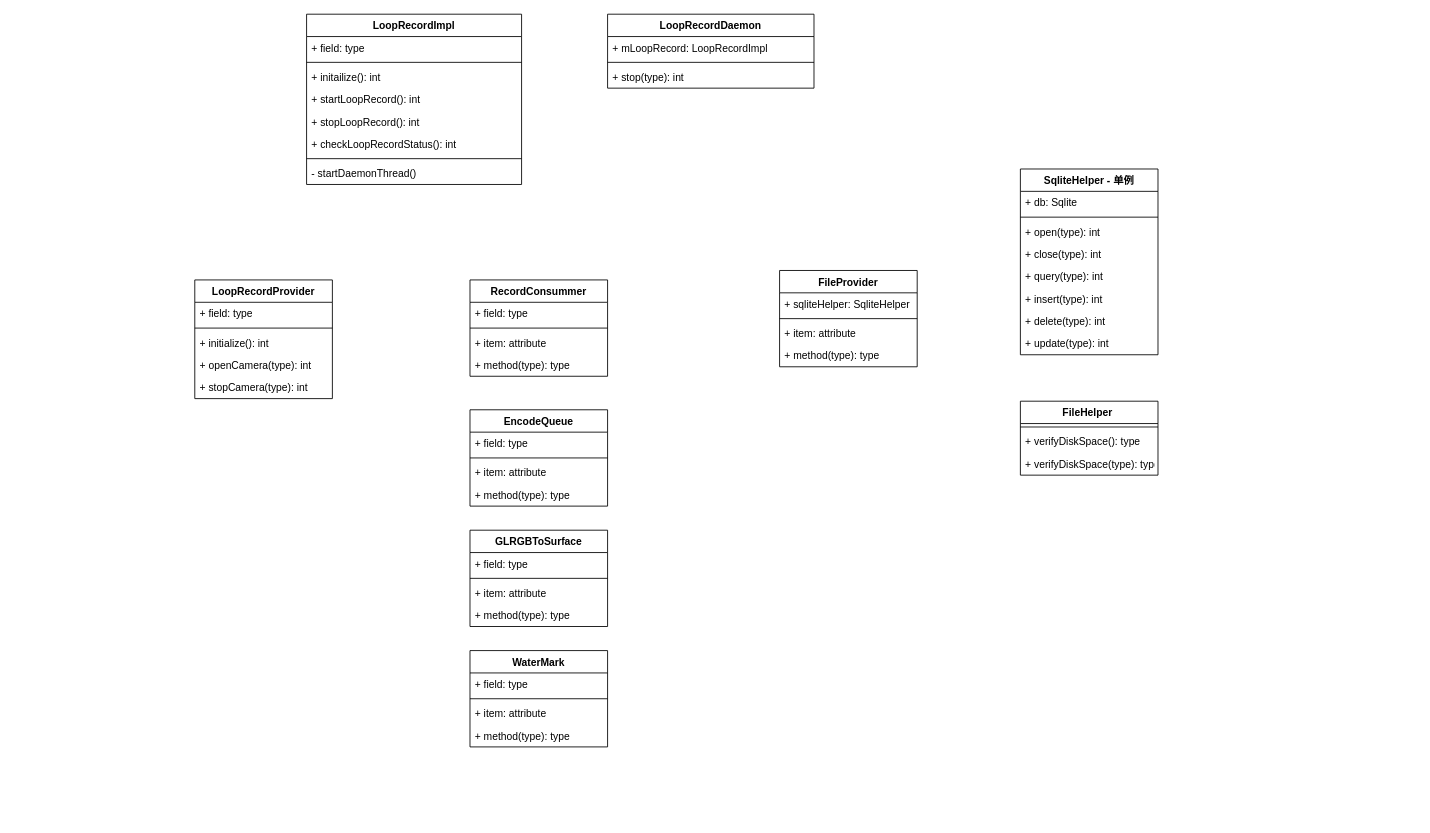
This is page "类图" (3 of 6) of cameraservice.drawio from milk1990/AndFix, a draw.io file, before an edit. Source tidied: cells renumbered, new cells numbered last; positions are measured from the earlier drawing's top-left corner, leaving out a move shared by most shapes. Both pictures are drawn from the tidied source at 86%, with x=0, y=0 at pixel (194, 14).
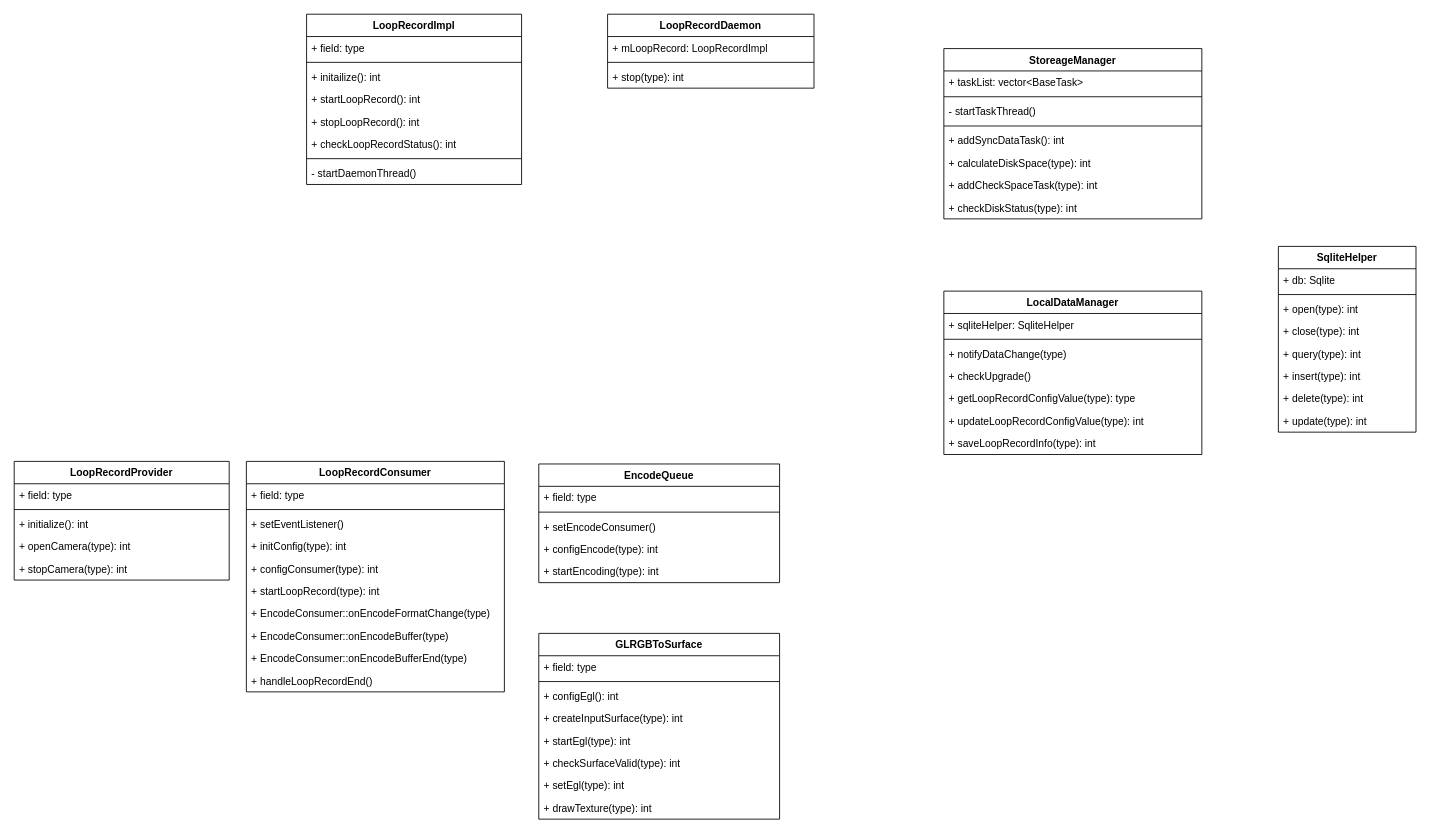
The same page after the edit.

Change to the diagram source:
```diff
@@
-    <mxCell id="2" value="SqliteHelper - 单例" style="swimlane;fontStyle=1;align=center;verticalAlign=top;horizontal=1;startSize=26;" parent="1" vertex="1">
-      <mxGeometry x="960" y="180" width="160" height="216" as="geometry" />
+    <mxCell id="2" value="SqliteHelper" style="swimlane;fontStyle=1;align=center;verticalAlign=top;horizontal=1;startSize=26;" parent="1" vertex="1">
+      <mxGeometry x="1260" y="270" width="160" height="216" as="geometry" />
     </mxCell>
@@
-    <mxCell id="11" value="FileHelper " style="swimlane;fontStyle=1;align=center;verticalAlign=top;horizontal=1;startSize=26;" parent="1" vertex="1">
-      <mxGeometry x="960" y="450" width="160" height="86" as="geometry" />
-    </mxCell>
-    <mxCell id="12" style="line;strokeWidth=1;fillColor=none;align=left;verticalAlign=middle;spacingTop=-1;spacingLeft=3;spacingRight=3;labelPosition=right;" parent="11" vertex="1">
-      <mxGeometry y="26" width="160" height="8" as="geometry" />
-    </mxCell>
-    <mxCell id="13" value="+ verifyDiskSpace(): type" style="text;strokeColor=none;fillColor=none;align=left;verticalAlign=top;spacingLeft=4;spacingRight=4;overflow=hidden;" parent="11" vertex="1">
-      <mxGeometry y="34" width="160" height="26" as="geometry" />
-    </mxCell>
-    <mxCell id="14" value="+ verifyDiskSpace(type): type" style="text;strokeColor=none;fillColor=none;align=left;verticalAlign=top;spacingLeft=4;spacingRight=4;overflow=hidden;" parent="11" vertex="1">
-      <mxGeometry y="60" width="160" height="26" as="geometry" />
-    </mxCell>
-    <mxCell id="15" value="FileProvider" style="swimlane;fontStyle=1;align=center;verticalAlign=top;horizontal=1;startSize=26;" parent="1" vertex="1">
-      <mxGeometry x="680" y="298" width="160" height="112" as="geometry" />
+    <mxCell id="15" value="StoreageManager" style="swimlane;fontStyle=1;align=center;verticalAlign=top;horizontal=1;startSize=26;" parent="1" vertex="1">
+      <mxGeometry x="871" y="40" width="300" height="198" as="geometry" />
     </mxCell>
-    <mxCell id="16" value="+ sqliteHelper: SqliteHelper" style="text;strokeColor=none;fillColor=none;align=left;verticalAlign=top;spacingLeft=4;spacingRight=4;overflow=hidden;" parent="15" vertex="1">
-      <mxGeometry y="26" width="160" height="26" as="geometry" />
+    <mxCell id="16" value="+ taskList: vector&lt;BaseTask&gt;" style="text;strokeColor=none;fillColor=none;align=left;verticalAlign=top;spacingLeft=4;spacingRight=4;overflow=hidden;" parent="15" vertex="1">
+      <mxGeometry y="26" width="300" height="26" as="geometry" />
     </mxCell>
     <mxCell id="17" style="line;strokeWidth=1;fillColor=none;align=left;verticalAlign=middle;spacingTop=-1;spacingLeft=3;spacingRight=3;labelPosition=right;" parent="15" vertex="1">
-      <mxGeometry y="52" width="160" height="8" as="geometry" />
+      <mxGeometry y="52" width="300" height="8" as="geometry" />
     </mxCell>
+    <mxCell id="59" value="- startTaskThread()" style="text;strokeColor=none;fillColor=none;align=left;verticalAlign=top;spacingLeft=4;spacingRight=4;overflow=hidden;shadow=0;fontColor=#000000;" parent="15" vertex="1">
+      <mxGeometry y="60" width="300" height="26" as="geometry" />
+    </mxCell>
+    <mxCell id="60" style="line;strokeWidth=1;fillColor=none;align=left;verticalAlign=middle;spacingTop=-1;spacingLeft=3;spacingRight=3;labelPosition=right;shadow=0;fontColor=#000000;" parent="15" vertex="1">
+      <mxGeometry y="86" width="300" height="8" as="geometry" />
+    </mxCell>
-    <mxCell id="18" value="+ item: attribute" style="text;strokeColor=none;fillColor=none;align=left;verticalAlign=top;spacingLeft=4;spacingRight=4;overflow=hidden;" parent="15" vertex="1">
-      <mxGeometry y="60" width="160" height="26" as="geometry" />
+    <mxCell id="18" value="+ addSyncDataTask(): int" style="text;strokeColor=none;fillColor=none;align=left;verticalAlign=top;spacingLeft=4;spacingRight=4;overflow=hidden;" parent="15" vertex="1">
+      <mxGeometry y="94" width="300" height="26" as="geometry" />
     </mxCell>
-    <mxCell id="19" value="+ method(type): type" style="text;strokeColor=none;fillColor=none;align=left;verticalAlign=top;spacingLeft=4;spacingRight=4;overflow=hidden;" parent="15" vertex="1">
-      <mxGeometry y="86" width="160" height="26" as="geometry" />
+    <mxCell id="19" value="+ calculateDiskSpace(type): int" style="text;strokeColor=none;fillColor=none;align=left;verticalAlign=top;spacingLeft=4;spacingRight=4;overflow=hidden;" parent="15" vertex="1">
+      <mxGeometry y="120" width="300" height="26" as="geometry" />
     </mxCell>
-    <mxCell id="20" value="WaterMark" style="swimlane;fontStyle=1;align=center;verticalAlign=top;horizontal=1;startSize=26;" parent="1" vertex="1">
-      <mxGeometry x="320" y="740" width="160" height="112" as="geometry" />
-    </mxCell>
-    <mxCell id="21" value="+ field: type" style="text;strokeColor=none;fillColor=none;align=left;verticalAlign=top;spacingLeft=4;spacingRight=4;overflow=hidden;" parent="20" vertex="1">
-      <mxGeometry y="26" width="160" height="26" as="geometry" />
-    </mxCell>
-    <mxCell id="22" style="line;strokeWidth=1;fillColor=none;align=left;verticalAlign=middle;spacingTop=-1;spacingLeft=3;spacingRight=3;labelPosition=right;" parent="20" vertex="1">
-      <mxGeometry y="52" width="160" height="8" as="geometry" />
-    </mxCell>
-    <mxCell id="23" value="+ item: attribute" style="text;strokeColor=none;fillColor=none;align=left;verticalAlign=top;spacingLeft=4;spacingRight=4;overflow=hidden;" parent="20" vertex="1">
-      <mxGeometry y="60" width="160" height="26" as="geometry" />
-    </mxCell>
-    <mxCell id="24" value="+ method(type): type" style="text;strokeColor=none;fillColor=none;align=left;verticalAlign=top;spacingLeft=4;spacingRight=4;overflow=hidden;" parent="20" vertex="1">
-      <mxGeometry y="86" width="160" height="26" as="geometry" />
-    </mxCell>
+    <mxCell id="61" value="+ addCheckSpaceTask(type): int" style="text;strokeColor=none;fillColor=none;align=left;verticalAlign=top;spacingLeft=4;spacingRight=4;overflow=hidden;" parent="15" vertex="1">
+      <mxGeometry y="146" width="300" height="26" as="geometry" />
+    </mxCell>
+    <mxCell id="62" value="+ checkDiskStatus(type): int" style="text;strokeColor=none;fillColor=none;align=left;verticalAlign=top;spacingLeft=4;spacingRight=4;overflow=hidden;" parent="15" vertex="1">
+      <mxGeometry y="172" width="300" height="26" as="geometry" />
+    </mxCell>
-    <mxCell id="25" value="RecordConsummer" style="swimlane;fontStyle=1;align=center;verticalAlign=top;horizontal=1;startSize=26;" parent="1" vertex="1">
-      <mxGeometry x="320" y="309" width="160" height="112" as="geometry" />
+    <mxCell id="25" value="LoopRecordConsumer" style="swimlane;fontStyle=1;align=center;verticalAlign=top;horizontal=1;startSize=26;" parent="1" vertex="1">
+      <mxGeometry x="60" y="520" width="300" height="268" as="geometry" />
     </mxCell>
     <mxCell id="26" value="+ field: type" style="text;strokeColor=none;fillColor=none;align=left;verticalAlign=top;spacingLeft=4;spacingRight=4;overflow=hidden;" parent="25" vertex="1">
-      <mxGeometry y="26" width="160" height="26" as="geometry" />
+      <mxGeometry y="26" width="300" height="26" as="geometry" />
     </mxCell>
     <mxCell id="27" style="line;strokeWidth=1;fillColor=none;align=left;verticalAlign=middle;spacingTop=-1;spacingLeft=3;spacingRight=3;labelPosition=right;" parent="25" vertex="1">
-      <mxGeometry y="52" width="160" height="8" as="geometry" />
+      <mxGeometry y="52" width="300" height="8" as="geometry" />
     </mxCell>
-    <mxCell id="28" value="+ item: attribute" style="text;strokeColor=none;fillColor=none;align=left;verticalAlign=top;spacingLeft=4;spacingRight=4;overflow=hidden;" parent="25" vertex="1">
-      <mxGeometry y="60" width="160" height="26" as="geometry" />
+    <mxCell id="28" value="+ setEventListener()" style="text;strokeColor=none;fillColor=none;align=left;verticalAlign=top;spacingLeft=4;spacingRight=4;overflow=hidden;" parent="25" vertex="1">
+      <mxGeometry y="60" width="300" height="26" as="geometry" />
     </mxCell>
-    <mxCell id="29" value="+ method(type): type" style="text;strokeColor=none;fillColor=none;align=left;verticalAlign=top;spacingLeft=4;spacingRight=4;overflow=hidden;" parent="25" vertex="1">
-      <mxGeometry y="86" width="160" height="26" as="geometry" />
+    <mxCell id="29" value="+ initConfig(type): int" style="text;strokeColor=none;fillColor=none;align=left;verticalAlign=top;spacingLeft=4;spacingRight=4;overflow=hidden;" parent="25" vertex="1">
+      <mxGeometry y="86" width="300" height="26" as="geometry" />
     </mxCell>
+    <mxCell id="63" value="+ configConsumer(type): int" style="text;strokeColor=none;fillColor=none;align=left;verticalAlign=top;spacingLeft=4;spacingRight=4;overflow=hidden;" parent="25" vertex="1">
+      <mxGeometry y="112" width="300" height="26" as="geometry" />
+    </mxCell>
+    <mxCell id="64" value="+ startLoopRecord(type): int" style="text;strokeColor=none;fillColor=none;align=left;verticalAlign=top;spacingLeft=4;spacingRight=4;overflow=hidden;" parent="25" vertex="1">
+      <mxGeometry y="138" width="300" height="26" as="geometry" />
+    </mxCell>
+    <mxCell id="65" value="+ EncodeConsumer::onEncodeFormatChange(type)" style="text;strokeColor=none;fillColor=none;align=left;verticalAlign=top;spacingLeft=4;spacingRight=4;overflow=hidden;" parent="25" vertex="1">
+      <mxGeometry y="164" width="300" height="26" as="geometry" />
+    </mxCell>
+    <mxCell id="66" value="+ EncodeConsumer::onEncodeBuffer(type)" style="text;strokeColor=none;fillColor=none;align=left;verticalAlign=top;spacingLeft=4;spacingRight=4;overflow=hidden;" parent="25" vertex="1">
+      <mxGeometry y="190" width="300" height="26" as="geometry" />
+    </mxCell>
+    <mxCell id="67" value="+ EncodeConsumer::onEncodeBufferEnd(type)" style="text;strokeColor=none;fillColor=none;align=left;verticalAlign=top;spacingLeft=4;spacingRight=4;overflow=hidden;" parent="25" vertex="1">
+      <mxGeometry y="216" width="300" height="26" as="geometry" />
+    </mxCell>
+    <mxCell id="68" value="+ handleLoopRecordEnd()" style="text;strokeColor=none;fillColor=none;align=left;verticalAlign=top;spacingLeft=4;spacingRight=4;overflow=hidden;" parent="25" vertex="1">
+      <mxGeometry y="242" width="300" height="26" as="geometry" />
+    </mxCell>
     <mxCell id="30" value="GLRGBToSurface" style="swimlane;fontStyle=1;align=center;verticalAlign=top;horizontal=1;startSize=26;" parent="1" vertex="1">
-      <mxGeometry x="320" y="600" width="160" height="112" as="geometry" />
+      <mxGeometry x="400" y="720" width="280" height="216" as="geometry" />
     </mxCell>
     <mxCell id="31" value="+ field: type" style="text;strokeColor=none;fillColor=none;align=left;verticalAlign=top;spacingLeft=4;spacingRight=4;overflow=hidden;" parent="30" vertex="1">
-      <mxGeometry y="26" width="160" height="26" as="geometry" />
+      <mxGeometry y="26" width="280" height="26" as="geometry" />
     </mxCell>
     <mxCell id="32" style="line;strokeWidth=1;fillColor=none;align=left;verticalAlign=middle;spacingTop=-1;spacingLeft=3;spacingRight=3;labelPosition=right;" parent="30" vertex="1">
-      <mxGeometry y="52" width="160" height="8" as="geometry" />
+      <mxGeometry y="52" width="280" height="8" as="geometry" />
     </mxCell>
-    <mxCell id="33" value="+ item: attribute" style="text;strokeColor=none;fillColor=none;align=left;verticalAlign=top;spacingLeft=4;spacingRight=4;overflow=hidden;" parent="30" vertex="1">
-      <mxGeometry y="60" width="160" height="26" as="geometry" />
+    <mxCell id="33" value="+ configEgl(): int" style="text;strokeColor=none;fillColor=none;align=left;verticalAlign=top;spacingLeft=4;spacingRight=4;overflow=hidden;" parent="30" vertex="1">
+      <mxGeometry y="60" width="280" height="26" as="geometry" />
     </mxCell>
-    <mxCell id="34" value="+ method(type): type" style="text;strokeColor=none;fillColor=none;align=left;verticalAlign=top;spacingLeft=4;spacingRight=4;overflow=hidden;" parent="30" vertex="1">
-      <mxGeometry y="86" width="160" height="26" as="geometry" />
+    <mxCell id="34" value="+ createInputSurface(type): int" style="text;strokeColor=none;fillColor=none;align=left;verticalAlign=top;spacingLeft=4;spacingRight=4;overflow=hidden;" parent="30" vertex="1">
+      <mxGeometry y="86" width="280" height="26" as="geometry" />
     </mxCell>
+    <mxCell id="69" value="+ startEgl(type): int" style="text;strokeColor=none;fillColor=none;align=left;verticalAlign=top;spacingLeft=4;spacingRight=4;overflow=hidden;" parent="30" vertex="1">
+      <mxGeometry y="112" width="280" height="26" as="geometry" />
+    </mxCell>
+    <mxCell id="70" value="+ checkSurfaceValid(type): int" style="text;strokeColor=none;fillColor=none;align=left;verticalAlign=top;spacingLeft=4;spacingRight=4;overflow=hidden;" parent="30" vertex="1">
+      <mxGeometry y="138" width="280" height="26" as="geometry" />
+    </mxCell>
+    <mxCell id="71" value="+ setEgl(type): int" style="text;strokeColor=none;fillColor=none;align=left;verticalAlign=top;spacingLeft=4;spacingRight=4;overflow=hidden;" parent="30" vertex="1">
+      <mxGeometry y="164" width="280" height="26" as="geometry" />
+    </mxCell>
+    <mxCell id="72" value="+ drawTexture(type): int" style="text;strokeColor=none;fillColor=none;align=left;verticalAlign=top;spacingLeft=4;spacingRight=4;overflow=hidden;" parent="30" vertex="1">
+      <mxGeometry y="190" width="280" height="26" as="geometry" />
+    </mxCell>
     <mxCell id="35" value="EncodeQueue" style="swimlane;fontStyle=1;align=center;verticalAlign=top;horizontal=1;startSize=26;" parent="1" vertex="1">
-      <mxGeometry x="320" y="460" width="160" height="112" as="geometry" />
+      <mxGeometry x="400" y="523" width="280" height="138" as="geometry" />
     </mxCell>
     <mxCell id="36" value="+ field: type" style="text;strokeColor=none;fillColor=none;align=left;verticalAlign=top;spacingLeft=4;spacingRight=4;overflow=hidden;" parent="35" vertex="1">
-      <mxGeometry y="26" width="160" height="26" as="geometry" />
+      <mxGeometry y="26" width="280" height="26" as="geometry" />
     </mxCell>
     <mxCell id="37" style="line;strokeWidth=1;fillColor=none;align=left;verticalAlign=middle;spacingTop=-1;spacingLeft=3;spacingRight=3;labelPosition=right;" parent="35" vertex="1">
-      <mxGeometry y="52" width="160" height="8" as="geometry" />
+      <mxGeometry y="52" width="280" height="8" as="geometry" />
     </mxCell>
-    <mxCell id="38" value="+ item: attribute" style="text;strokeColor=none;fillColor=none;align=left;verticalAlign=top;spacingLeft=4;spacingRight=4;overflow=hidden;" parent="35" vertex="1">
-      <mxGeometry y="60" width="160" height="26" as="geometry" />
+    <mxCell id="38" value="+ setEncodeConsumer()" style="text;strokeColor=none;fillColor=none;align=left;verticalAlign=top;spacingLeft=4;spacingRight=4;overflow=hidden;" parent="35" vertex="1">
+      <mxGeometry y="60" width="280" height="26" as="geometry" />
     </mxCell>
-    <mxCell id="39" value="+ method(type): type" style="text;strokeColor=none;fillColor=none;align=left;verticalAlign=top;spacingLeft=4;spacingRight=4;overflow=hidden;" parent="35" vertex="1">
-      <mxGeometry y="86" width="160" height="26" as="geometry" />
+    <mxCell id="39" value="+ configEncode(type): int" style="text;strokeColor=none;fillColor=none;align=left;verticalAlign=top;spacingLeft=4;spacingRight=4;overflow=hidden;" parent="35" vertex="1">
+      <mxGeometry y="86" width="280" height="26" as="geometry" />
     </mxCell>
+    <mxCell id="73" value="+ startEncoding(type): int" style="text;strokeColor=none;fillColor=none;align=left;verticalAlign=top;spacingLeft=4;spacingRight=4;overflow=hidden;" parent="35" vertex="1">
+      <mxGeometry y="112" width="280" height="26" as="geometry" />
+    </mxCell>
     <mxCell id="40" value="LoopRecordProvider" style="swimlane;fontStyle=1;align=center;verticalAlign=top;horizontal=1;startSize=26;" parent="1" vertex="1">
-      <mxGeometry y="309" width="160" height="138" as="geometry" />
+      <mxGeometry x="-210" y="520" width="250" height="138" as="geometry" />
     </mxCell>
     <mxCell id="41" value="+ field: type" style="text;strokeColor=none;fillColor=none;align=left;verticalAlign=top;spacingLeft=4;spacingRight=4;overflow=hidden;" parent="40" vertex="1">
-      <mxGeometry y="26" width="160" height="26" as="geometry" />
+      <mxGeometry y="26" width="250" height="26" as="geometry" />
     </mxCell>
     <mxCell id="42" style="line;strokeWidth=1;fillColor=none;align=left;verticalAlign=middle;spacingTop=-1;spacingLeft=3;spacingRight=3;labelPosition=right;" parent="40" vertex="1">
-      <mxGeometry y="52" width="160" height="8" as="geometry" />
+      <mxGeometry y="52" width="250" height="8" as="geometry" />
     </mxCell>
     <mxCell id="43" value="+ initialize(): int" style="text;strokeColor=none;fillColor=none;align=left;verticalAlign=top;spacingLeft=4;spacingRight=4;overflow=hidden;" parent="40" vertex="1">
-      <mxGeometry y="60" width="160" height="26" as="geometry" />
+      <mxGeometry y="60" width="250" height="26" as="geometry" />
     </mxCell>
     <mxCell id="44" value="+ openCamera(type): int" style="text;strokeColor=none;fillColor=none;align=left;verticalAlign=top;spacingLeft=4;spacingRight=4;overflow=hidden;" parent="40" vertex="1">
-      <mxGeometry y="86" width="160" height="26" as="geometry" />
+      <mxGeometry y="86" width="250" height="26" as="geometry" />
     </mxCell>
     <mxCell id="45" value="+ stopCamera(type): int" style="text;strokeColor=none;fillColor=none;align=left;verticalAlign=top;spacingLeft=4;spacingRight=4;overflow=hidden;" parent="40" vertex="1">
-      <mxGeometry y="112" width="160" height="26" as="geometry" />
+      <mxGeometry y="112" width="250" height="26" as="geometry" />
     </mxCell>
@@
+    <mxCell id="74" value="LocalDataManager" style="swimlane;fontStyle=1;align=center;verticalAlign=top;horizontal=1;startSize=26;" parent="1" vertex="1">
+      <mxGeometry x="871" y="322" width="300" height="190" as="geometry" />
+    </mxCell>
+    <mxCell id="75" value="+ sqliteHelper: SqliteHelper" style="text;strokeColor=none;fillColor=none;align=left;verticalAlign=top;spacingLeft=4;spacingRight=4;overflow=hidden;" parent="74" vertex="1">
+      <mxGeometry y="26" width="300" height="26" as="geometry" />
+    </mxCell>
+    <mxCell id="76" style="line;strokeWidth=1;fillColor=none;align=left;verticalAlign=middle;spacingTop=-1;spacingLeft=3;spacingRight=3;labelPosition=right;" parent="74" vertex="1">
+      <mxGeometry y="52" width="300" height="8" as="geometry" />
+    </mxCell>
+    <mxCell id="77" value="+ notifyDataChange(type)" style="text;strokeColor=none;fillColor=none;align=left;verticalAlign=top;spacingLeft=4;spacingRight=4;overflow=hidden;" parent="74" vertex="1">
+      <mxGeometry y="60" width="300" height="26" as="geometry" />
+    </mxCell>
+    <mxCell id="78" value="+ checkUpgrade()" style="text;strokeColor=none;fillColor=none;align=left;verticalAlign=top;spacingLeft=4;spacingRight=4;overflow=hidden;" parent="74" vertex="1">
+      <mxGeometry y="86" width="300" height="26" as="geometry" />
+    </mxCell>
+    <mxCell id="79" value="+ getLoopRecordConfigValue(type): type" style="text;strokeColor=none;fillColor=none;align=left;verticalAlign=top;spacingLeft=4;spacingRight=4;overflow=hidden;" parent="74" vertex="1">
+      <mxGeometry y="112" width="300" height="26" as="geometry" />
+    </mxCell>
+    <mxCell id="80" value="+ updateLoopRecordConfigValue(type): int" style="text;strokeColor=none;fillColor=none;align=left;verticalAlign=top;spacingLeft=4;spacingRight=4;overflow=hidden;" parent="74" vertex="1">
+      <mxGeometry y="138" width="300" height="26" as="geometry" />
+    </mxCell>
+    <mxCell id="81" value="+ saveLoopRecordInfo(type): int" style="text;strokeColor=none;fillColor=none;align=left;verticalAlign=top;spacingLeft=4;spacingRight=4;overflow=hidden;" parent="74" vertex="1">
+      <mxGeometry y="164" width="300" height="26" as="geometry" />
+    </mxCell>
```
